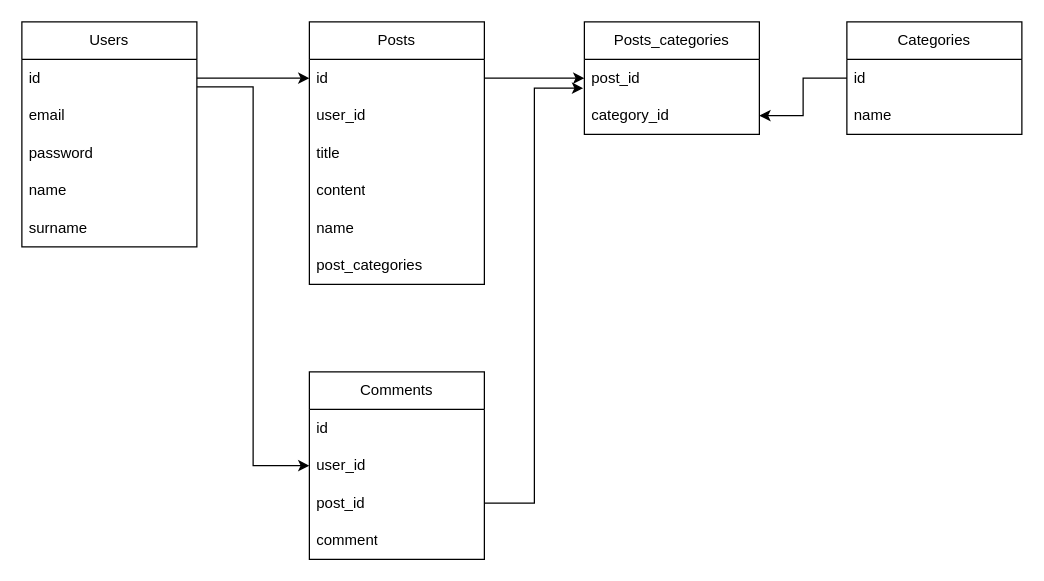
Above: database/database.drawio in Skrazzo/leta-log (draw.io), before the change. Source tidied: cells renumbered, new cells numbered last; positions are measured from the earlier drawing's top-left corner, leaving out a move shared by most shapes. Both pictures are drawn from the tidied source at 125%, with x=0, y=0 at pixel (21, 21).
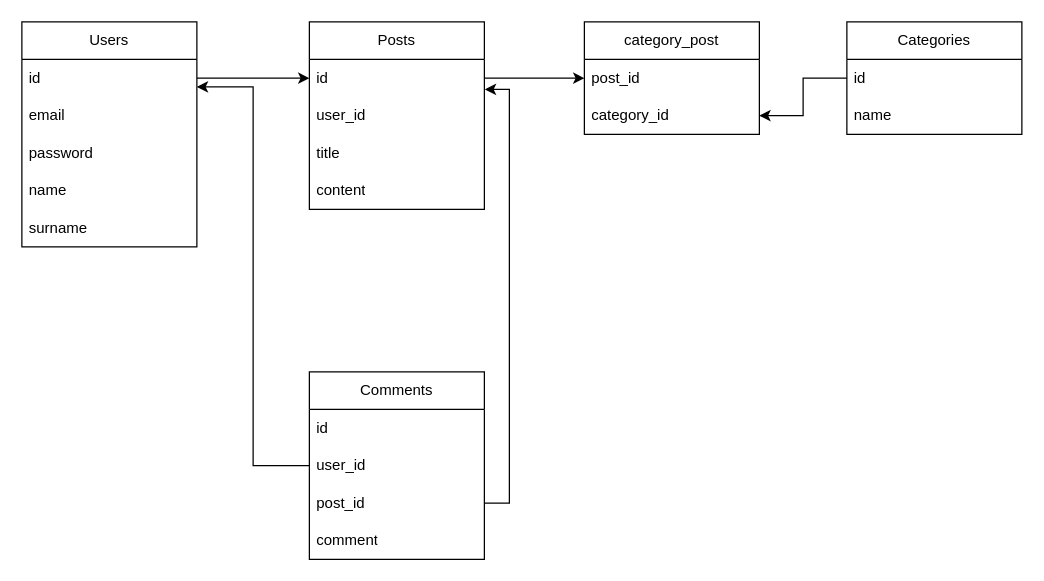
Above is the later version.

The change refers to these unchanged cells:
```xml
<mxCell id="3" value="id" style="text;strokeColor=none;fillColor=none;align=left;verticalAlign=middle;spacingLeft=4;spacingRight=4;overflow=hidden;points=[[0,0.5],[1,0.5]];portConstraint=eastwest;whiteSpace=wrap;html=1;" parent="2" vertex="1">
  <mxGeometry y="30" width="140" height="30" as="geometry" />
</mxCell>
<mxCell id="9" value="id" style="text;strokeColor=none;fillColor=none;align=left;verticalAlign=middle;spacingLeft=4;spacingRight=4;overflow=hidden;points=[[0,0.5],[1,0.5]];portConstraint=eastwest;whiteSpace=wrap;html=1;" parent="8" vertex="1">
  <mxGeometry y="30" width="140" height="30" as="geometry" />
</mxCell>
<mxCell id="19" value="post_id" style="text;strokeColor=none;fillColor=none;align=left;verticalAlign=middle;spacingLeft=4;spacingRight=4;overflow=hidden;points=[[0,0.5],[1,0.5]];portConstraint=eastwest;whiteSpace=wrap;html=1;" parent="18" vertex="1">
  <mxGeometry y="30" width="140" height="30" as="geometry" />
</mxCell>
<mxCell id="26" value="user_id" style="text;strokeColor=none;fillColor=none;align=left;verticalAlign=middle;spacingLeft=4;spacingRight=4;overflow=hidden;points=[[0,0.5],[1,0.5]];portConstraint=eastwest;whiteSpace=wrap;html=1;" parent="24" vertex="1">
  <mxGeometry y="60" width="140" height="30" as="geometry" />
</mxCell>
<mxCell id="27" value="post_id" style="text;strokeColor=none;fillColor=none;align=left;verticalAlign=middle;spacingLeft=4;spacingRight=4;overflow=hidden;points=[[0,0.5],[1,0.5]];portConstraint=eastwest;whiteSpace=wrap;html=1;" parent="24" vertex="1">
  <mxGeometry y="90" width="140" height="30" as="geometry" />
</mxCell>
```

Diff of the diagram source:
```diff
@@
     <mxCell id="8" value="Posts" style="swimlane;fontStyle=0;horizontal=1;startSize=30;whiteSpace=wrap;html=1;" parent="1" vertex="1">
-      <mxGeometry x="230" width="140" height="210" as="geometry" />
+      <mxGeometry x="230" width="140" height="150" as="geometry" />
     </mxCell>
@@
-    <mxCell id="13" value="name" style="text;strokeColor=none;fillColor=none;align=left;verticalAlign=middle;spacingLeft=4;spacingRight=4;overflow=hidden;whiteSpace=wrap;html=1;" parent="8" vertex="1">
-      <mxGeometry y="150" width="140" height="30" as="geometry" />
-    </mxCell>
-    <mxCell id="14" value="post_categories" style="text;strokeColor=none;fillColor=none;align=left;verticalAlign=middle;spacingLeft=4;spacingRight=4;overflow=hidden;whiteSpace=wrap;html=1;" parent="8" vertex="1">
-      <mxGeometry y="180" width="140" height="30" as="geometry" />
-    </mxCell>
@@
-    <mxCell id="18" value="Posts_categories" style="swimlane;fontStyle=0;horizontal=1;startSize=30;whiteSpace=wrap;html=1;" parent="1" vertex="1">
+    <mxCell id="18" value="category_post" style="swimlane;fontStyle=0;horizontal=1;startSize=30;whiteSpace=wrap;html=1;" parent="1" vertex="1">
       <mxGeometry x="450" width="140" height="90" as="geometry" />
     </mxCell>
@@
-    <mxCell id="29" style="edgeStyle=orthogonalEdgeStyle;rounded=0;jettySize=auto;html=1;entryX=-0.007;entryY=0.767;entryDx=0;entryDy=0;entryPerimeter=0;" parent="1" edge="1" source="27" target="19">
-      <mxGeometry relative="1" as="geometry" />
+    <mxCell id="29" style="edgeStyle=orthogonalEdgeStyle;rounded=0;jettySize=auto;html=1;entryX=1.003;entryY=0.8;entryDx=0;entryDy=0;entryPerimeter=0;" parent="1" edge="1" source="27" target="9">
+      <mxGeometry relative="1" as="geometry">
+        <Array as="points">
+          <mxPoint x="390" y="385" />
+          <mxPoint x="390" y="54" />
+        </Array>
+      </mxGeometry>
     </mxCell>
-    <mxCell id="30" style="edgeStyle=orthogonalEdgeStyle;rounded=0;jettySize=auto;html=1;entryX=0;entryY=0.5;entryDx=0;entryDy=0;" parent="1" edge="1" source="3" target="26">
+    <mxCell id="30" style="edgeStyle=orthogonalEdgeStyle;rounded=0;jettySize=auto;html=1;exitX=0;exitY=0.5;exitDx=0;exitDy=0;" parent="1" edge="1" source="26" target="3">
       <mxGeometry relative="1" as="geometry">
         <Array as="points">
+          <mxPoint x="185" y="355" />
           <mxPoint x="185" y="52" />
-          <mxPoint x="185" y="355" />
         </Array>
       </mxGeometry>
     </mxCell>
```
